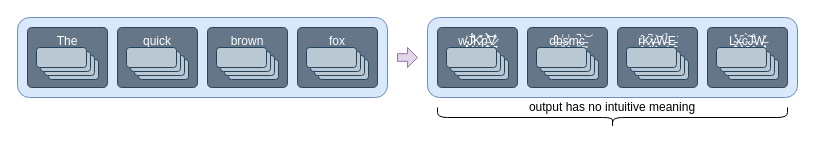
The draw.io diagram book/images/intro/intermediate-tokens.drawio in yshavit/llm-notes, before the edit. Source tidied: cells renumbered, new cells numbered last; positions are measured from the earlier drawing's top-left corner, leaving out a move shared by most shapes. Both pictures are drawn from the tidied source at 100%, with x=0, y=0 at pixel (17, -58).
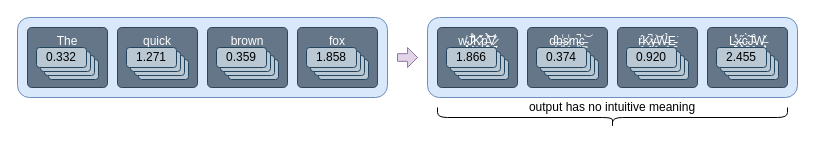
The same page after the edit.

The change refers to these unchanged cells:
```xml
<mxCell id="5" style="group;" parent="3" vertex="1">
  <mxGeometry x="9" y="20" width="62" height="32" as="geometry" />
</mxCell>
<mxCell id="12" style="group;" parent="10" vertex="1">
  <mxGeometry x="9" y="20" width="62" height="32" as="geometry" />
</mxCell>
<mxCell id="19" style="group;" parent="17" vertex="1">
  <mxGeometry x="9" y="20" width="62" height="32" as="geometry" />
</mxCell>
<mxCell id="26" style="group;" parent="24" vertex="1">
  <mxGeometry x="9" y="20" width="62" height="32" as="geometry" />
</mxCell>
<mxCell id="35" style="group;" parent="33" vertex="1">
  <mxGeometry x="9" y="20" width="62" height="32" as="geometry" />
</mxCell>
<mxCell id="42" style="group;" parent="40" vertex="1">
  <mxGeometry x="9" y="20" width="62" height="32" as="geometry" />
</mxCell>
<mxCell id="49" style="group;" parent="47" vertex="1">
  <mxGeometry x="9" y="20" width="62" height="32" as="geometry" />
</mxCell>
<mxCell id="56" style="group;" parent="54" vertex="1">
  <mxGeometry x="9" y="20" width="62" height="32" as="geometry" />
</mxCell>
```

What changed in the source:
```diff
@@
-    <mxCell id="9" style="rounded=1;whiteSpace=wrap;html=1;fillColor=#bac8d3;strokeColor=#23445d;" parent="5" vertex="1">
+    <mxCell id="9" value="0.920" style="rounded=1;whiteSpace=wrap;html=1;fillColor=#bac8d3;strokeColor=#23445d;" parent="5" vertex="1">
       <mxGeometry width="50" height="20" as="geometry" />
     </mxCell>
@@
-    <mxCell id="16" style="rounded=1;whiteSpace=wrap;html=1;fillColor=#bac8d3;strokeColor=#23445d;" parent="12" vertex="1">
+    <mxCell id="16" value="2.455" style="rounded=1;whiteSpace=wrap;html=1;fillColor=#bac8d3;strokeColor=#23445d;" parent="12" vertex="1">
       <mxGeometry width="50" height="20" as="geometry" />
     </mxCell>
@@
-    <mxCell id="23" style="rounded=1;whiteSpace=wrap;html=1;fillColor=#bac8d3;strokeColor=#23445d;" parent="19" vertex="1">
+    <mxCell id="23" value="0.374" style="rounded=1;whiteSpace=wrap;html=1;fillColor=#bac8d3;strokeColor=#23445d;" parent="19" vertex="1">
       <mxGeometry width="50" height="20" as="geometry" />
     </mxCell>
@@
-    <mxCell id="30" style="rounded=1;whiteSpace=wrap;html=1;fillColor=#bac8d3;strokeColor=#23445d;" parent="26" vertex="1">
+    <mxCell id="30" value="1.866" style="rounded=1;whiteSpace=wrap;html=1;fillColor=#bac8d3;strokeColor=#23445d;" parent="26" vertex="1">
       <mxGeometry width="50" height="20" as="geometry" />
     </mxCell>
@@
-    <mxCell id="39" style="rounded=1;whiteSpace=wrap;html=1;fillColor=#bac8d3;strokeColor=#23445d;" parent="35" vertex="1">
+    <mxCell id="39" value="0.359" style="rounded=1;whiteSpace=wrap;html=1;fillColor=#bac8d3;strokeColor=#23445d;" parent="35" vertex="1">
       <mxGeometry width="50" height="20" as="geometry" />
     </mxCell>
@@
-    <mxCell id="46" style="rounded=1;whiteSpace=wrap;html=1;fillColor=#bac8d3;strokeColor=#23445d;" parent="42" vertex="1">
+    <mxCell id="46" value="1.858" style="rounded=1;whiteSpace=wrap;html=1;fillColor=#bac8d3;strokeColor=#23445d;" parent="42" vertex="1">
       <mxGeometry width="50" height="20" as="geometry" />
     </mxCell>
@@
-    <mxCell id="53" style="rounded=1;whiteSpace=wrap;html=1;fillColor=#bac8d3;strokeColor=#23445d;" parent="49" vertex="1">
+    <mxCell id="53" value="1.271" style="rounded=1;whiteSpace=wrap;html=1;fillColor=#bac8d3;strokeColor=#23445d;" parent="49" vertex="1">
       <mxGeometry width="50" height="20" as="geometry" />
     </mxCell>
@@
-    <mxCell id="60" style="rounded=1;whiteSpace=wrap;html=1;fillColor=#bac8d3;strokeColor=#23445d;" parent="56" vertex="1">
+    <mxCell id="60" value="0.332" style="rounded=1;whiteSpace=wrap;html=1;fillColor=#bac8d3;strokeColor=#23445d;" parent="56" vertex="1">
       <mxGeometry width="50" height="20" as="geometry" />
     </mxCell>
```
